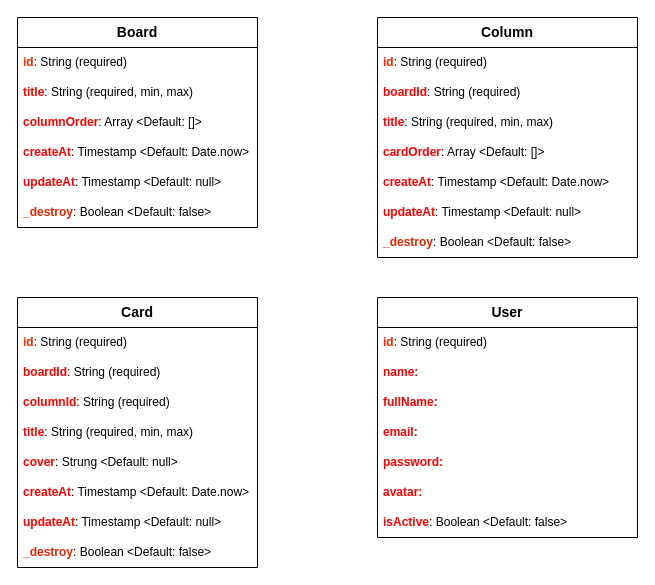
Graphene101102/MERN-trello-backend keeps this draw.io diagram as Trello_Viet.drawio. Above is the earlier version. Source tidied: cells renumbered, new cells numbered last; positions are measured from the earlier drawing's top-left corner, leaving out a move shared by most shapes. Both pictures are drawn from the tidied source at 100%, with x=0, y=0 at pixel (17, 17).
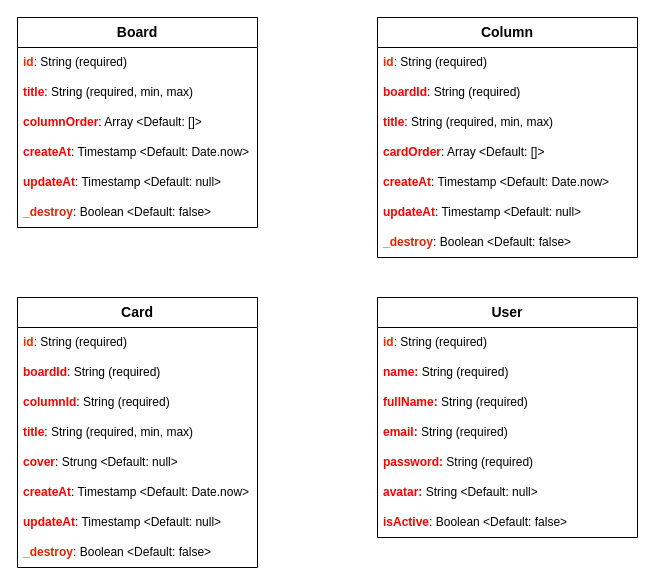
The same diagram, later.

The change refers to these unchanged cells:
```xml
<mxCell id="26" value="&lt;font style=&quot;font-size: 14px;&quot;&gt;&lt;b&gt;User&lt;/b&gt;&lt;/font&gt;" style="swimlane;fontStyle=0;horizontal=1;startSize=30;whiteSpace=wrap;html=1;" parent="1" vertex="1">
  <mxGeometry x="360" y="280" width="260" height="240" as="geometry" />
</mxCell>
```

What changed in the source:
```diff
@@
-    <mxCell id="28" value="&lt;b&gt;&lt;font color=&quot;#ff0000&quot;&gt;name:&lt;/font&gt;&lt;/b&gt;" style="text;strokeColor=none;fillColor=none;align=left;verticalAlign=middle;spacingLeft=4;spacingRight=4;overflow=hidden;whiteSpace=wrap;html=1;" parent="26" vertex="1">
+    <mxCell id="28" value="&lt;font style=&quot;font-weight: bold;&quot; color=&quot;#ff0000&quot;&gt;name: &lt;/font&gt;String (required)" style="text;strokeColor=none;fillColor=none;align=left;verticalAlign=middle;spacingLeft=4;spacingRight=4;overflow=hidden;whiteSpace=wrap;html=1;" parent="26" vertex="1">
       <mxGeometry y="60" width="260" height="30" as="geometry" />
     </mxCell>
-    <mxCell id="29" value="&lt;b&gt;&lt;font color=&quot;#ff0000&quot;&gt;fullName:&lt;/font&gt;&lt;/b&gt;" style="text;strokeColor=none;fillColor=none;align=left;verticalAlign=middle;spacingLeft=4;spacingRight=4;overflow=hidden;whiteSpace=wrap;html=1;" parent="26" vertex="1">
+    <mxCell id="29" value="&lt;b&gt;&lt;font color=&quot;#ff0000&quot;&gt;fullName:&amp;nbsp;&lt;/font&gt;&lt;/b&gt;String (required)" style="text;strokeColor=none;fillColor=none;align=left;verticalAlign=middle;spacingLeft=4;spacingRight=4;overflow=hidden;whiteSpace=wrap;html=1;" parent="26" vertex="1">
       <mxGeometry y="90" width="260" height="30" as="geometry" />
     </mxCell>
-    <mxCell id="30" value="&lt;b&gt;&lt;font color=&quot;#ff0000&quot;&gt;email:&lt;/font&gt;&lt;/b&gt;" style="text;strokeColor=none;fillColor=none;align=left;verticalAlign=middle;spacingLeft=4;spacingRight=4;overflow=hidden;whiteSpace=wrap;html=1;" parent="26" vertex="1">
+    <mxCell id="30" value="&lt;b&gt;&lt;font color=&quot;#ff0000&quot;&gt;email:&amp;nbsp;&lt;/font&gt;&lt;/b&gt;String (required)" style="text;strokeColor=none;fillColor=none;align=left;verticalAlign=middle;spacingLeft=4;spacingRight=4;overflow=hidden;whiteSpace=wrap;html=1;" parent="26" vertex="1">
       <mxGeometry y="120" width="260" height="30" as="geometry" />
     </mxCell>
-    <mxCell id="31" value="&lt;b&gt;&lt;font color=&quot;#ff0000&quot;&gt;password:&lt;/font&gt;&lt;/b&gt;" style="text;strokeColor=none;fillColor=none;align=left;verticalAlign=middle;spacingLeft=4;spacingRight=4;overflow=hidden;whiteSpace=wrap;html=1;" parent="26" vertex="1">
+    <mxCell id="31" value="&lt;b&gt;&lt;font color=&quot;#ff0000&quot;&gt;password:&amp;nbsp;&lt;/font&gt;&lt;/b&gt;String (required)" style="text;strokeColor=none;fillColor=none;align=left;verticalAlign=middle;spacingLeft=4;spacingRight=4;overflow=hidden;whiteSpace=wrap;html=1;" parent="26" vertex="1">
       <mxGeometry y="150" width="260" height="30" as="geometry" />
     </mxCell>
-    <mxCell id="32" value="&lt;b&gt;&lt;font color=&quot;#ff0000&quot;&gt;avatar:&lt;/font&gt;&lt;/b&gt;" style="text;strokeColor=none;fillColor=none;align=left;verticalAlign=middle;spacingLeft=4;spacingRight=4;overflow=hidden;whiteSpace=wrap;html=1;" parent="26" vertex="1">
+    <mxCell id="32" value="&lt;b&gt;&lt;font color=&quot;#ff0000&quot;&gt;avatar:&amp;nbsp;&lt;/font&gt;&lt;/b&gt;String &amp;lt;Default: null&amp;gt;" style="text;strokeColor=none;fillColor=none;align=left;verticalAlign=middle;spacingLeft=4;spacingRight=4;overflow=hidden;whiteSpace=wrap;html=1;" parent="26" vertex="1">
       <mxGeometry y="180" width="260" height="30" as="geometry" />
     </mxCell>
```
